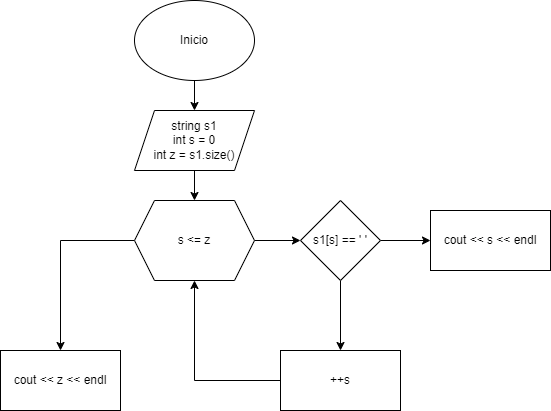
This is Ejercicio1.P2.png from Andress-Mallea/Diagramas-de-flujo-Mallea, a draw.io export, as it was before one commit. Source tidied: cells renumbered, new cells last; positions are measured from the earlier drawing's top-left corner, leaving out a move shared by most shapes.
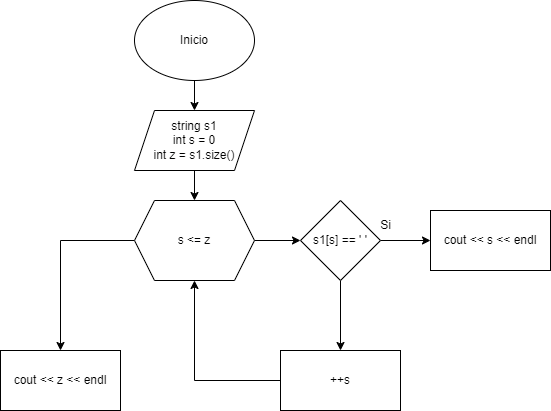
After the commit.

What changed in the source:
```diff
@@ -44,5 +44,8 @@
     <mxCell id="15" value="cout &amp;lt;&amp;lt; z &amp;lt;&amp;lt; endl" style="whiteSpace=wrap;html=1;" parent="1" vertex="1">
       <mxGeometry y="350" width="120" height="60" as="geometry" />
     </mxCell>
+    <mxCell id="16" value="Si" style="text;html=1;align=center;verticalAlign=middle;strokeColor=none;fillColor=none;" parent="1" vertex="1">
+      <mxGeometry x="370" y="210" width="30" height="30" as="geometry" />
+    </mxCell>
   </root>
 </mxGraphModel>
```
